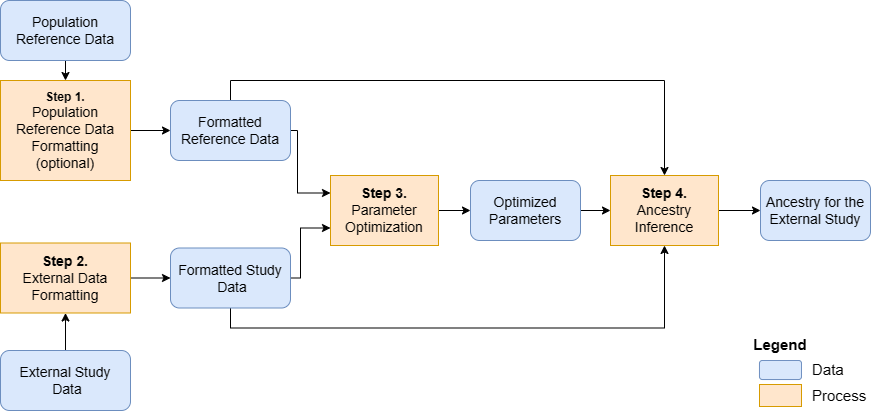
This is articles/MainSteps_v03.png from adeschen/RAIDS, a draw.io export, as it was before one commit. Source tidied: cells renumbered, new cells last; positions are measured from the earlier drawing's top-left corner, leaving out a move shared by most shapes. The source it was exported from:
```xml
<mxGraphModel>
  <root>
    <mxCell id="0" />
    <mxCell id="1" parent="0" />
    <mxCell id="2" style="edgeStyle=orthogonalEdgeStyle;rounded=0;jettySize=auto;html=1;exitX=0.5;exitY=0;exitDx=0;exitDy=0;entryX=0.5;entryY=0;entryDx=0;entryDy=0;fontSize=14;" parent="1" edge="1" source="17" target="22">
      <mxGeometry relative="1" as="geometry" />
    </mxCell>
    <mxCell id="3" style="edgeStyle=orthogonalEdgeStyle;rounded=0;jettySize=auto;html=1;exitX=0.5;exitY=1;exitDx=0;exitDy=0;entryX=0.5;entryY=0;entryDx=0;entryDy=0;" parent="1" edge="1" source="4" target="9">
      <mxGeometry relative="1" as="geometry" />
    </mxCell>
    <mxCell id="4" value="&lt;font style=&quot;font-size: 14px&quot;&gt;Population Reference Data&lt;/font&gt;" style="rounded=1;whiteSpace=wrap;html=1;fillColor=#dae8fc;strokeColor=#6c8ebf;" parent="1" vertex="1">
      <mxGeometry width="130" height="60" as="geometry" />
    </mxCell>
    <mxCell id="5" style="edgeStyle=orthogonalEdgeStyle;rounded=0;jettySize=auto;html=1;entryX=0.5;entryY=1;entryDx=0;entryDy=0;fontSize=14;" parent="1" edge="1" target="11">
      <mxGeometry relative="1" as="geometry">
        <mxPoint x="75" y="350" as="sourcePoint" />
      </mxGeometry>
    </mxCell>
    <mxCell id="6" style="edgeStyle=orthogonalEdgeStyle;rounded=0;jettySize=auto;html=1;exitX=0.5;exitY=1;exitDx=0;exitDy=0;entryX=0.5;entryY=1;entryDx=0;entryDy=0;fontSize=14;" parent="1" edge="1" source="15" target="22">
      <mxGeometry relative="1" as="geometry" />
    </mxCell>
    <mxCell id="7" value="&lt;font style=&quot;font-size: 14px&quot;&gt;External Study&lt;br&gt;&amp;nbsp;Data&lt;/font&gt;" style="rounded=1;whiteSpace=wrap;html=1;fillColor=#dae8fc;strokeColor=#6c8ebf;" parent="1" vertex="1">
      <mxGeometry y="350" width="130" height="60" as="geometry" />
    </mxCell>
    <mxCell id="8" style="edgeStyle=orthogonalEdgeStyle;rounded=0;jettySize=auto;html=1;exitX=1;exitY=0.5;exitDx=0;exitDy=0;entryX=0;entryY=0.5;entryDx=0;entryDy=0;fontSize=14;" parent="1" edge="1" source="9" target="17">
      <mxGeometry relative="1" as="geometry" />
    </mxCell>
    <mxCell id="9" value="&lt;b&gt;Step 1.&lt;/b&gt;&lt;br&gt;&lt;span style=&quot;font-size: 14px;&quot;&gt;Population Reference Data&lt;/span&gt;&lt;span style=&quot;font-size: 14px&quot;&gt;&lt;br&gt;Formatting&lt;br&gt;(optional)&lt;/span&gt;" style="rounded=0;whiteSpace=wrap;html=1;fillColor=#ffe6cc;strokeColor=#d79b00;" parent="1" vertex="1">
      <mxGeometry y="80" width="130" height="100" as="geometry" />
    </mxCell>
    <mxCell id="10" style="edgeStyle=orthogonalEdgeStyle;rounded=0;jettySize=auto;html=1;exitX=1;exitY=0.5;exitDx=0;exitDy=0;entryX=0;entryY=0.5;entryDx=0;entryDy=0;" parent="1" edge="1" source="11" target="15">
      <mxGeometry relative="1" as="geometry" />
    </mxCell>
    <mxCell id="11" value="&lt;span style=&quot;font-size: 14px&quot;&gt;&lt;b&gt;Step 2.&lt;/b&gt;&lt;br&gt;External Data &lt;br&gt;Formatting&lt;/span&gt;" style="rounded=0;whiteSpace=wrap;html=1;fillColor=#ffe6cc;strokeColor=#d79b00;" parent="1" vertex="1">
      <mxGeometry y="242.5" width="130" height="70" as="geometry" />
    </mxCell>
    <mxCell id="12" style="edgeStyle=orthogonalEdgeStyle;rounded=0;jettySize=auto;html=1;exitX=1;exitY=0.5;exitDx=0;exitDy=0;" parent="1" edge="1" source="13" target="20">
      <mxGeometry relative="1" as="geometry" />
    </mxCell>
    <mxCell id="13" value="&lt;font style=&quot;font-size: 14px&quot;&gt;&lt;b&gt;Step 3.&lt;/b&gt;&lt;br&gt;Parameter&lt;br&gt;Optimization&lt;br&gt;&lt;/font&gt;" style="rounded=0;whiteSpace=wrap;html=1;fillColor=#ffe6cc;strokeColor=#d79b00;" parent="1" vertex="1">
      <mxGeometry x="330" y="175" width="108" height="70" as="geometry" />
    </mxCell>
    <mxCell id="14" style="edgeStyle=orthogonalEdgeStyle;rounded=0;jettySize=auto;html=1;exitX=1;exitY=0.5;exitDx=0;exitDy=0;entryX=0;entryY=0.75;entryDx=0;entryDy=0;fontSize=14;" parent="1" edge="1" source="15" target="13">
      <mxGeometry relative="1" as="geometry">
        <Array as="points">
          <mxPoint x="300" y="278" />
          <mxPoint x="300" y="228" />
        </Array>
      </mxGeometry>
    </mxCell>
    <mxCell id="15" value="&lt;font style=&quot;font-size: 14px&quot;&gt;Formatted Study&lt;br&gt;&amp;nbsp;Data&lt;/font&gt;" style="rounded=1;whiteSpace=wrap;html=1;fillColor=#dae8fc;strokeColor=#6c8ebf;" parent="1" vertex="1">
      <mxGeometry x="170" y="247.5" width="120" height="60" as="geometry" />
    </mxCell>
    <mxCell id="16" style="edgeStyle=orthogonalEdgeStyle;rounded=0;jettySize=auto;html=1;exitX=1;exitY=0.5;exitDx=0;exitDy=0;entryX=0;entryY=0.25;entryDx=0;entryDy=0;fontSize=14;" parent="1" edge="1" source="17" target="13">
      <mxGeometry relative="1" as="geometry">
        <Array as="points">
          <mxPoint x="297" y="130" />
          <mxPoint x="297" y="193" />
        </Array>
      </mxGeometry>
    </mxCell>
    <mxCell id="17" value="&lt;font style=&quot;font-size: 14px&quot;&gt;Formatted &lt;br&gt;Reference Data&lt;/font&gt;" style="rounded=1;whiteSpace=wrap;html=1;fillColor=#dae8fc;strokeColor=#6c8ebf;" parent="1" vertex="1">
      <mxGeometry x="170" y="100" width="120" height="60" as="geometry" />
    </mxCell>
    <mxCell id="18" value="&lt;font style=&quot;font-size: 14px&quot;&gt;Ancestry for the&lt;br&gt;External Study&lt;/font&gt;" style="rounded=1;whiteSpace=wrap;html=1;fillColor=#dae8fc;strokeColor=#6c8ebf;" parent="1" vertex="1">
      <mxGeometry x="760" y="180" width="110" height="60" as="geometry" />
    </mxCell>
    <mxCell id="19" style="edgeStyle=orthogonalEdgeStyle;rounded=0;jettySize=auto;html=1;exitX=1;exitY=0.5;exitDx=0;exitDy=0;entryX=0;entryY=0.5;entryDx=0;entryDy=0;fontSize=14;" parent="1" edge="1" source="20" target="22">
      <mxGeometry relative="1" as="geometry" />
    </mxCell>
    <mxCell id="20" value="&lt;span style=&quot;font-size: 14px&quot;&gt;Optimized Parameters&lt;/span&gt;" style="rounded=1;whiteSpace=wrap;html=1;fillColor=#dae8fc;strokeColor=#6c8ebf;" parent="1" vertex="1">
      <mxGeometry x="470" y="180" width="110" height="60" as="geometry" />
    </mxCell>
    <mxCell id="21" style="edgeStyle=orthogonalEdgeStyle;rounded=0;jettySize=auto;html=1;exitX=1;exitY=0.5;exitDx=0;exitDy=0;entryX=0;entryY=0.5;entryDx=0;entryDy=0;fontSize=14;" parent="1" edge="1" source="22" target="18">
      <mxGeometry relative="1" as="geometry" />
    </mxCell>
    <mxCell id="22" value="&lt;font style=&quot;font-size: 14px&quot;&gt;&lt;b&gt;Step 4.&lt;/b&gt;&lt;br&gt;Ancestry Inference&lt;br&gt;&lt;/font&gt;" style="rounded=0;whiteSpace=wrap;html=1;fillColor=#ffe6cc;strokeColor=#d79b00;" parent="1" vertex="1">
      <mxGeometry x="610" y="175" width="108" height="70" as="geometry" />
    </mxCell>
    <mxCell id="23" value="&lt;b&gt;&lt;font style=&quot;font-size: 15px&quot;&gt;Legend&lt;/font&gt;&lt;/b&gt;" style="text;html=1;strokeColor=none;fillColor=none;align=center;verticalAlign=middle;whiteSpace=wrap;rounded=0;fontSize=14;" parent="1" vertex="1">
      <mxGeometry x="750" y="329" width="60" height="30" as="geometry" />
    </mxCell>
    <mxCell id="24" style="rounded=1;whiteSpace=wrap;html=1;fillColor=#dae8fc;strokeColor=#6c8ebf;" parent="1" vertex="1">
      <mxGeometry x="759" y="360" width="42" height="19" as="geometry" />
    </mxCell>
    <mxCell id="25" value="&lt;font style=&quot;font-size: 15px&quot;&gt;Data&lt;/font&gt;" style="text;html=1;strokeColor=none;fillColor=none;align=left;verticalAlign=middle;whiteSpace=wrap;rounded=0;fontSize=14;" parent="1" vertex="1">
      <mxGeometry x="810" y="354" width="60" height="30" as="geometry" />
    </mxCell>
    <mxCell id="26" style="rounded=0;whiteSpace=wrap;html=1;fillColor=#ffe6cc;strokeColor=#d79b00;" parent="1" vertex="1">
      <mxGeometry x="759" y="384" width="42" height="22" as="geometry" />
    </mxCell>
    <mxCell id="27" value="&lt;font style=&quot;font-size: 15px&quot;&gt;Process&lt;/font&gt;" style="text;html=1;strokeColor=none;fillColor=none;align=left;verticalAlign=middle;whiteSpace=wrap;rounded=0;fontSize=14;" parent="1" vertex="1">
      <mxGeometry x="810" y="380" width="60" height="30" as="geometry" />
    </mxCell>
  </root>
</mxGraphModel>
```
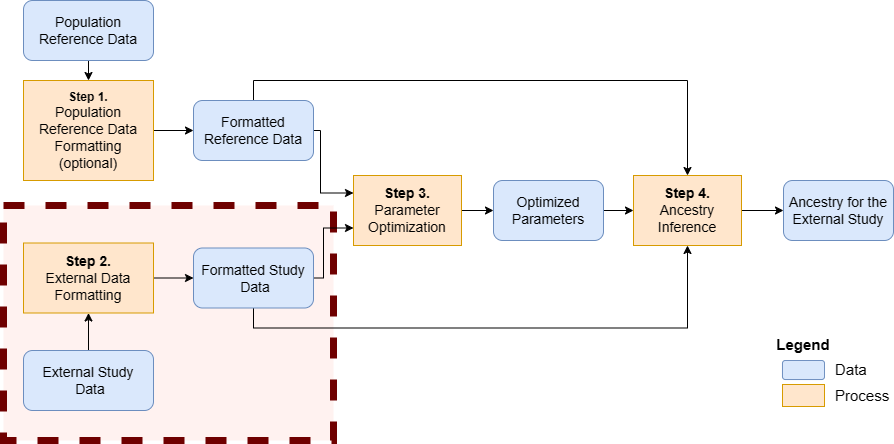
The same diagram one commit later.

Change to the diagram source:
```diff
@@ -2,6 +2,9 @@
   <root>
     <mxCell id="0" />
     <mxCell id="1" parent="0" />
+    <mxCell id="28" style="rounded=0;whiteSpace=wrap;html=1;fillColor=#FFF2F0;fontColor=#ffffff;strokeColor=#6F0000;strokeWidth=7;dashed=1;gradientColor=none;" parent="1" vertex="1">
+      <mxGeometry x="-20" y="205" width="330" height="235" as="geometry" />
+    </mxCell>
     <mxCell id="2" style="edgeStyle=orthogonalEdgeStyle;rounded=0;jettySize=auto;html=1;exitX=0.5;exitY=0;exitDx=0;exitDy=0;entryX=0.5;entryY=0;entryDx=0;entryDy=0;fontSize=14;" parent="1" edge="1" source="17" target="22">
       <mxGeometry relative="1" as="geometry" />
     </mxCell>
```
